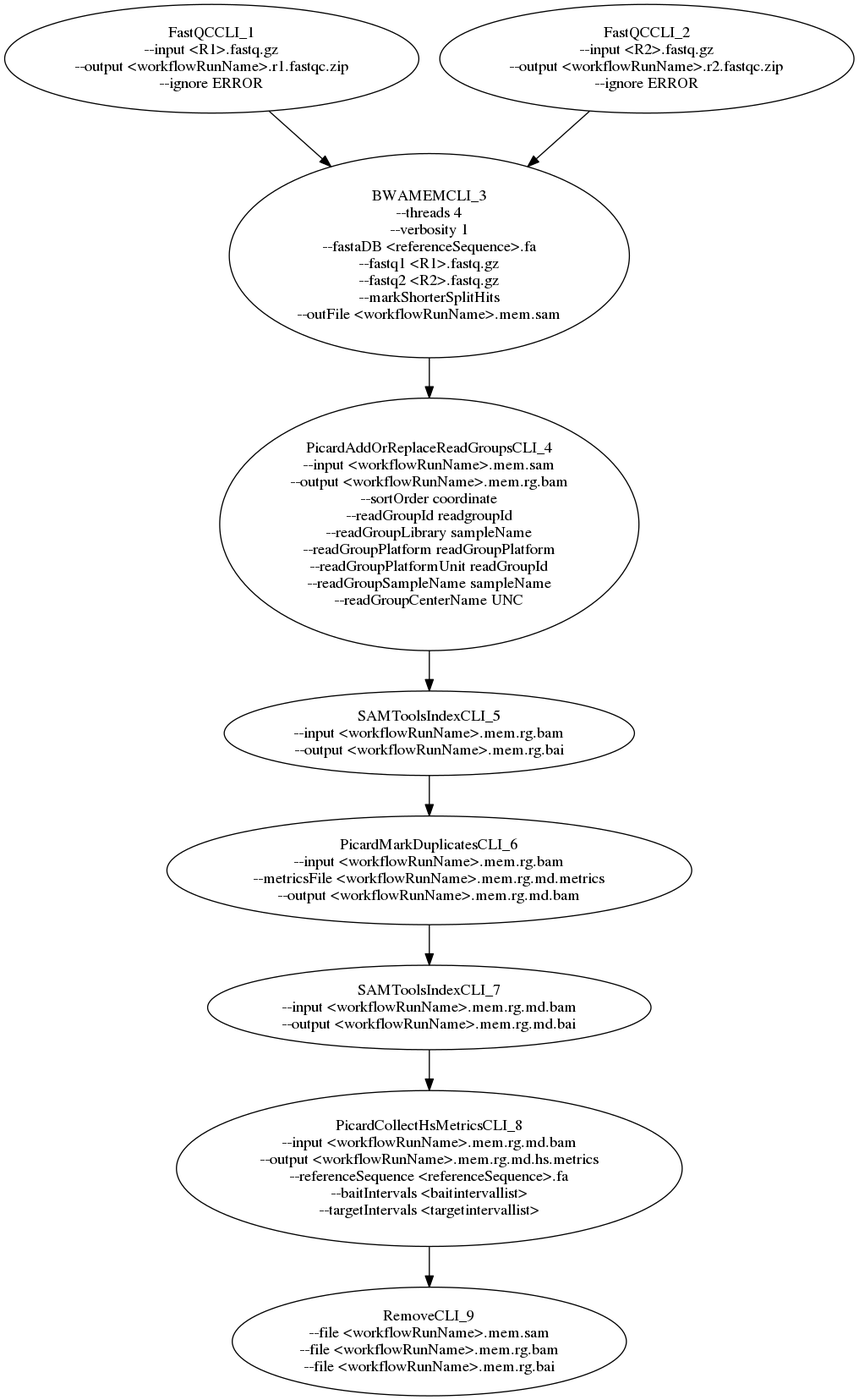
This is images/workflow.dag.png from jdr0887/MaPSeq-Pipeline-NCNEXUS38-Alignment, a Graphviz export, as it was before one commit. Its source is kept beside it as images/workflow.dag.dot.
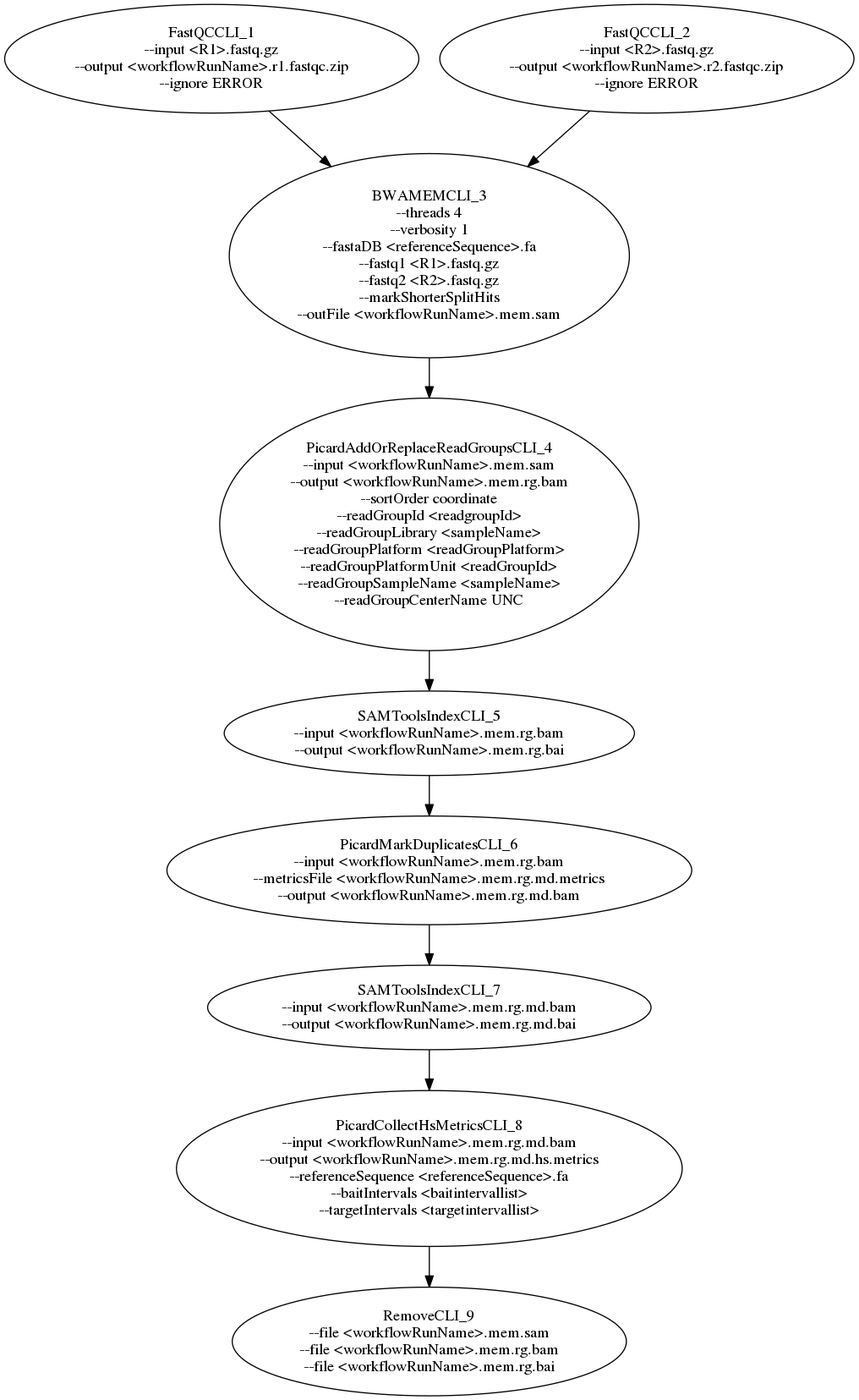
After the commit.

Diff of the diagram source:
```diff
@@ -22,11 +22,11 @@
 --input <workflowRunName>.mem.sam
 --output <workflowRunName>.mem.rg.bam
 --sortOrder coordinate
---readGroupId readgroupId
---readGroupLibrary sampleName
---readGroupPlatform readGroupPlatform
---readGroupPlatformUnit readGroupId
---readGroupSampleName sampleName
+--readGroupId <readgroupId>
+--readGroupLibrary <sampleName>
+--readGroupPlatform <readGroupPlatform>
+--readGroupPlatformUnit <readGroupId>
+--readGroupSampleName <sampleName>
 --readGroupCenterName UNC
 " ];
   SAMToolsIndexCLI_5 [ label="SAMToolsIndexCLI_5
```
